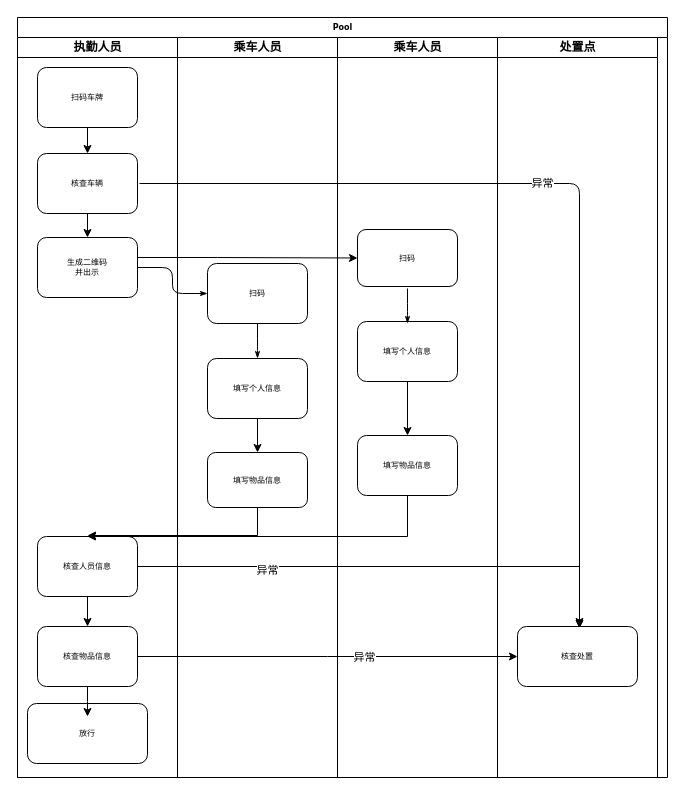
This is access2.drawio from homebei2/diagramsNet, a draw.io file, before an edit. Source tidied: cells renumbered, new cells numbered last; positions are measured from the earlier drawing's top-left corner, leaving out a move shared by most shapes. Both pictures are drawn from the tidied source at 100%, with x=0, y=0 at pixel (17, 17).
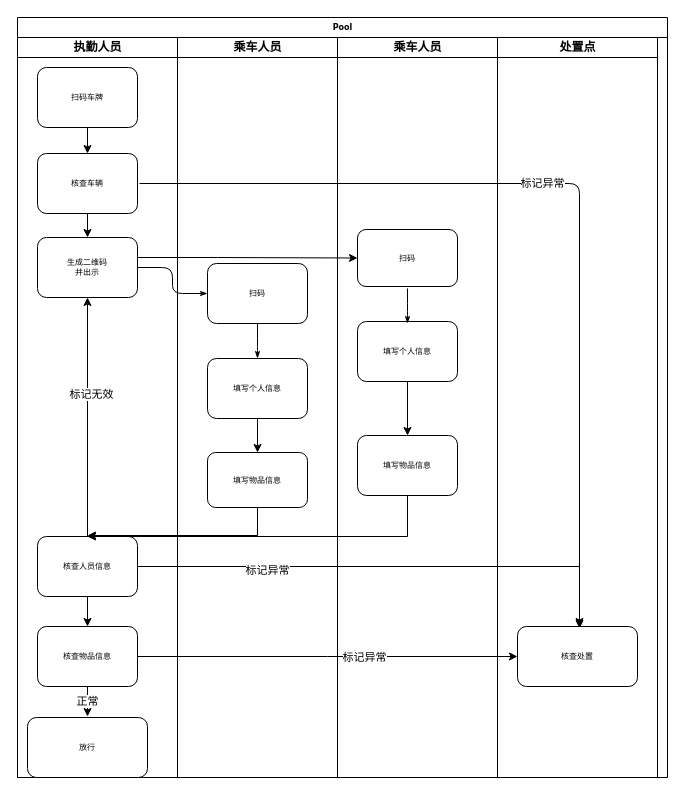
After the change.

Unchanged cells that the change refers to:
```xml
<mxCell id="3" value="执勤人员" style="swimlane;html=1;startSize=20;" parent="2" vertex="1">
  <mxGeometry y="20" width="160" height="740" as="geometry" />
</mxCell>
<mxCell id="5" value="核查人员信息" style="rounded=1;whiteSpace=wrap;html=1;shadow=0;labelBackgroundColor=none;strokeWidth=1;fontFamily=Verdana;fontSize=8;align=center;" parent="3" vertex="1">
  <mxGeometry x="20" y="499" width="100" height="60" as="geometry" />
</mxCell>
<mxCell id="6" value="核查物品信息" style="rounded=1;whiteSpace=wrap;html=1;shadow=0;labelBackgroundColor=none;strokeWidth=1;fontFamily=Verdana;fontSize=8;align=center;" parent="3" vertex="1">
  <mxGeometry x="20" y="589" width="100" height="60" as="geometry" />
</mxCell>
<mxCell id="11" value="生成二维码&lt;br&gt;并出示" style="rounded=1;whiteSpace=wrap;html=1;shadow=0;labelBackgroundColor=none;strokeWidth=1;fontFamily=Verdana;fontSize=8;align=center;" parent="3" vertex="1">
  <mxGeometry x="20" y="200" width="100" height="60" as="geometry" />
</mxCell>
<mxCell id="23" style="edgeStyle=elbowEdgeStyle;rounded=0;jettySize=auto;html=1;entryX=0;entryY=0.5;entryDx=0;entryDy=0;" parent="2" edge="1" source="6" target="34">
  <mxGeometry relative="1" as="geometry" />
</mxCell>
<mxCell id="31" style="edgeStyle=elbowEdgeStyle;rounded=0;jettySize=auto;html=1;exitX=1;exitY=0.5;exitDx=0;exitDy=0;" parent="2" edge="1" source="5">
  <mxGeometry relative="1" as="geometry">
    <mxPoint x="562" y="611" as="targetPoint" />
    <Array as="points">
      <mxPoint x="562" y="571" />
      <mxPoint x="440" y="581" />
      <mxPoint x="350" y="531" />
    </Array>
  </mxGeometry>
</mxCell>
<mxCell id="35" style="endArrow=classic;html=1;exitX=1;exitY=0.5;exitDx=0;exitDy=0;entryX=0.5;entryY=0;entryDx=0;entryDy=0;edgeStyle=orthogonalEdgeStyle;" parent="2" edge="1">
  <mxGeometry relative="1" as="geometry">
    <mxPoint x="122" y="166" as="sourcePoint" />
    <mxPoint x="562" y="609" as="targetPoint" />
    <Array as="points">
      <mxPoint x="562" y="166" />
    </Array>
  </mxGeometry>
</mxCell>
```

Diff of the diagram source:
```diff
@@
+    <mxCell id="38" style="edgeStyle=orthogonalEdgeStyle;rounded=0;jettySize=auto;html=1;entryX=0.5;entryY=1;entryDx=0;entryDy=0;" parent="3" edge="1" source="5" target="11">
+      <mxGeometry relative="1" as="geometry" />
+    </mxCell>
+    <mxCell id="39" value="标记无效" style="edgeLabel;html=1;align=center;verticalAlign=middle;" parent="38" vertex="1">
+      <mxGeometry x="0.2" y="-3" relative="1" as="geometry" />
+    </mxCell>
@@
     <mxCell id="7" value="放行" style="whiteSpace=wrap;html=1;rounded=1;shadow=0;fontFamily=Verdana;fontSize=8;strokeWidth=1;" parent="3" vertex="1">
-      <mxGeometry x="10" y="666" width="120" height="60" as="geometry" />
+      <mxGeometry x="10" y="680" width="120" height="60" as="geometry" />
     </mxCell>
-    <mxCell id="8" style="edgeStyle=elbowEdgeStyle;rounded=0;jettySize=auto;html=1;" parent="3" edge="1" source="6">
+    <mxCell id="8" value="正常" style="edgeStyle=elbowEdgeStyle;rounded=0;jettySize=auto;html=1;" parent="3" edge="1" source="6">
       <mxGeometry relative="1" as="geometry">
         <mxPoint x="70" y="679" as="targetPoint" />
       </mxGeometry>
     </mxCell>
@@
-    <mxCell id="24" value="异常" style="edgeLabel;html=1;align=center;verticalAlign=middle;" parent="23" vertex="1">
+    <mxCell id="24" value="标记异常" style="edgeLabel;html=1;align=center;verticalAlign=middle;" parent="23" vertex="1">
       <mxGeometry x="0.19" relative="1" as="geometry" />
     </mxCell>
@@
-    <mxCell id="32" value="异常" style="edgeLabel;html=1;align=center;verticalAlign=middle;" parent="31" vertex="1">
+    <mxCell id="32" value="标记异常" style="edgeLabel;html=1;align=center;verticalAlign=middle;" parent="31" vertex="1">
       <mxGeometry x="-0.49" y="-3" relative="1" as="geometry" />
     </mxCell>
@@
-    <mxCell id="36" value="异常" style="edgeLabel;html=1;align=center;verticalAlign=middle;" parent="35" vertex="1">
+    <mxCell id="36" value="标记异常" style="edgeLabel;html=1;align=center;verticalAlign=middle;" parent="35" vertex="1">
       <mxGeometry x="-0.09" y="1" relative="1" as="geometry" />
     </mxCell>
```
